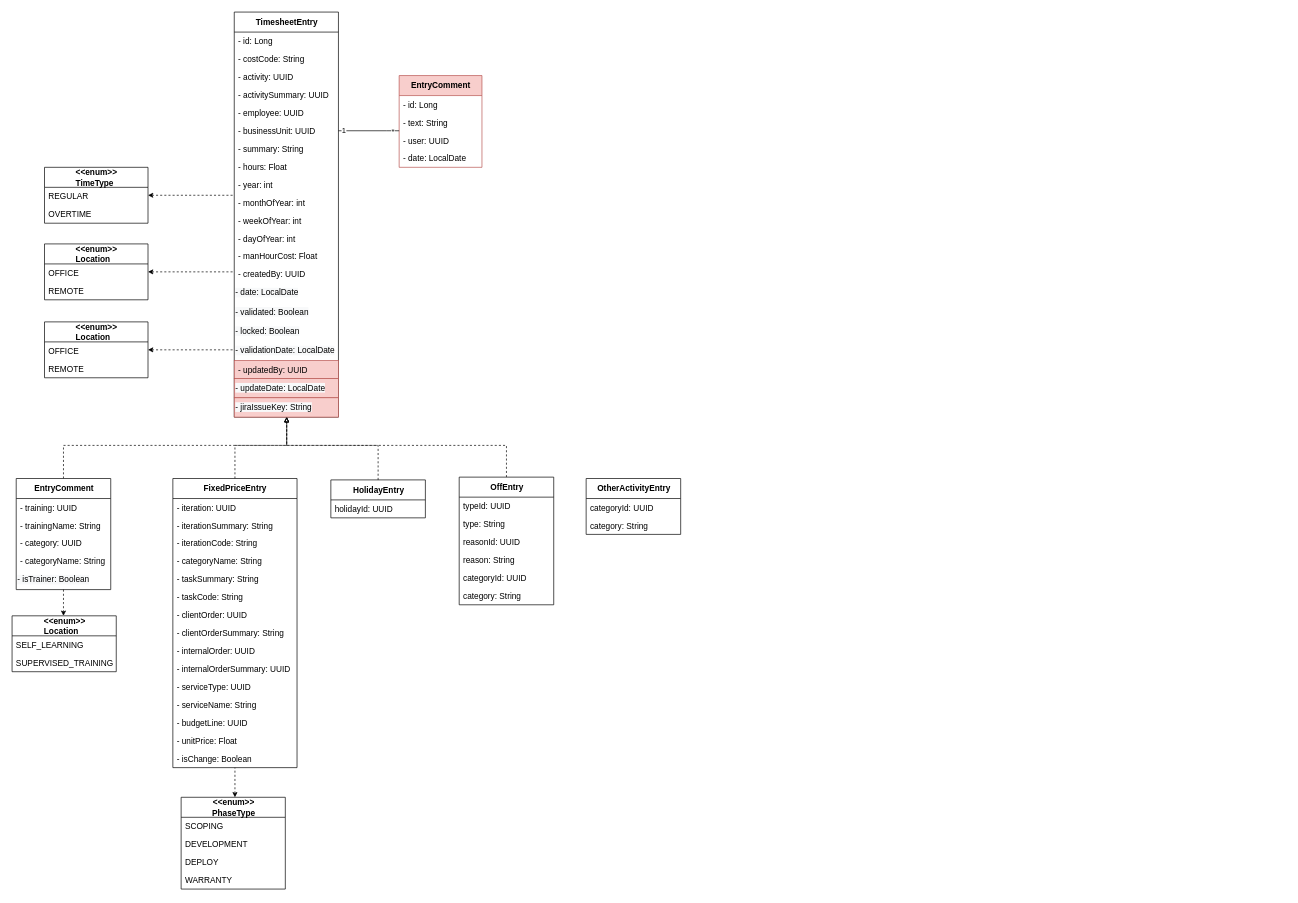
Before: Sprint4/_DiagrammeClasseTimesheet.drawio in ZidiMedAmine/UML, a draw.io diagram. Source tidied: cells renumbered, new cells numbered last; positions are measured from the earlier drawing's top-left corner, leaving out a move shared by most shapes. Both pictures are drawn from the tidied source at 69%, with x=0, y=0 at pixel (12, 12).
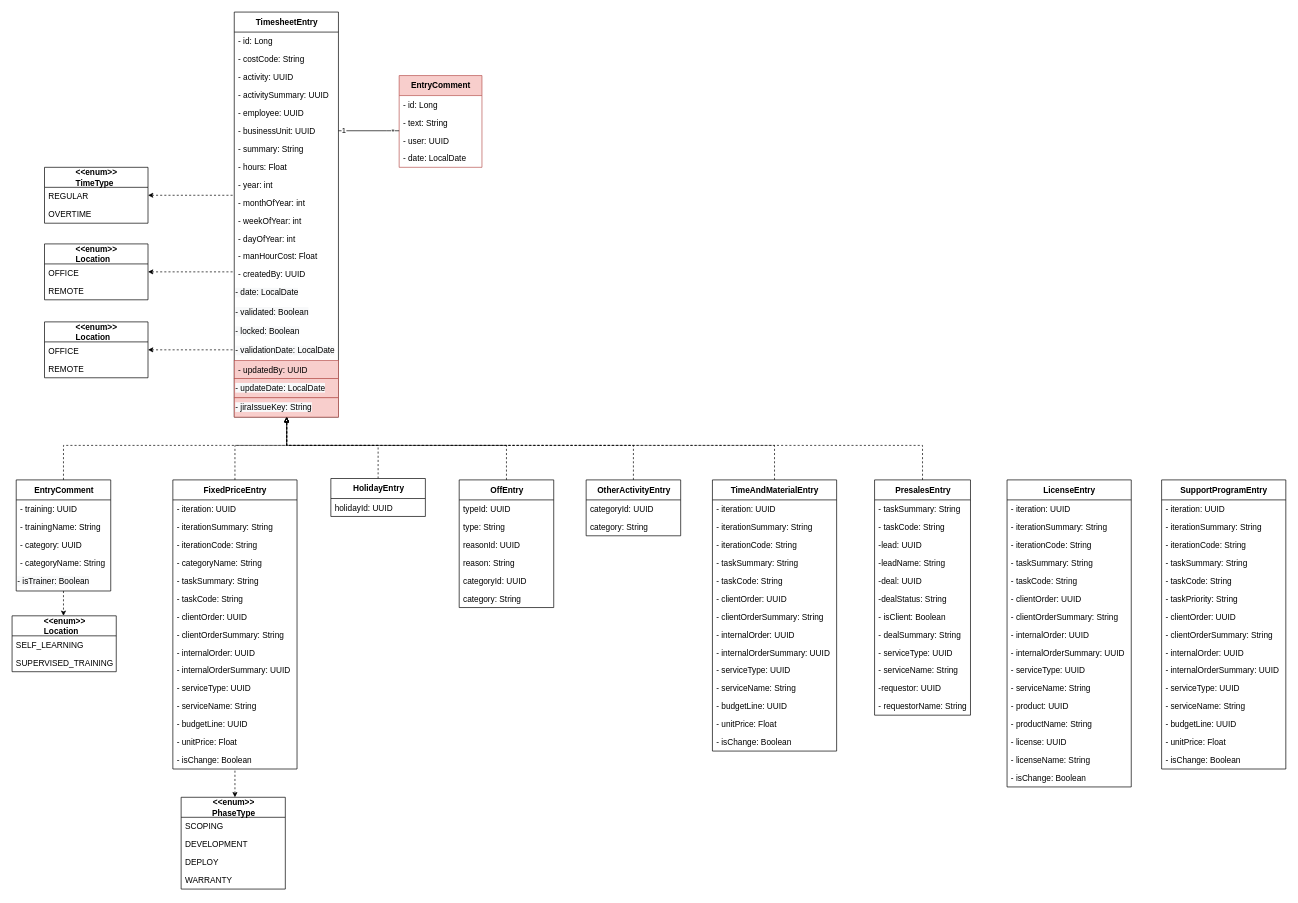
The same page after the edit.

Unchanged cells that the change refers to:
```xml
<mxCell id="2" value="&lt;b&gt;TimesheetEntry&lt;/b&gt;" style="swimlane;fontStyle=0;align=center;verticalAlign=middle;horizontal=1;startSize=29;html=1;fontSize=12;labelPosition=center;verticalLabelPosition=middle;strokeColor=default;swimlaneLine=1;rounded=0;shadow=0;glass=0;sketch=0;perimeterSpacing=0;" parent="1" vertex="1">
  <mxGeometry x="322" width="151" height="587" as="geometry" />
</mxCell>
```

Diff of the diagram source:
```diff
@@
     <mxCell id="45" value="&lt;b&gt;EntryComment&lt;/b&gt;" style="swimlane;fontStyle=0;align=center;verticalAlign=middle;horizontal=1;startSize=29;html=1;fontSize=12;labelPosition=center;verticalLabelPosition=middle;swimlaneLine=1;rounded=0;shadow=0;glass=0;sketch=0;perimeterSpacing=0;" parent="1" vertex="1">
-      <mxGeometry x="6" y="676" width="137" height="161" as="geometry" />
+      <mxGeometry x="6" y="678" width="137" height="161" as="geometry" />
     </mxCell>
@@
     <mxCell id="56" value="&lt;b&gt;FixedPriceEntry&lt;/b&gt;" style="swimlane;fontStyle=0;align=center;verticalAlign=middle;horizontal=1;startSize=29;html=1;fontSize=12;labelPosition=center;verticalLabelPosition=middle;swimlaneLine=1;rounded=0;shadow=0;glass=0;sketch=0;perimeterSpacing=0;" parent="1" vertex="1">
-      <mxGeometry x="233" y="676" width="180" height="419" as="geometry" />
+      <mxGeometry x="233" y="678" width="180" height="419" as="geometry" />
     </mxCell>
@@
     <mxCell id="79" value="&lt;span style=&quot;text-align: left&quot;&gt;&lt;b&gt;HolidayEntry&lt;/b&gt;&lt;/span&gt;" style="swimlane;fontStyle=0;align=center;verticalAlign=middle;horizontal=1;startSize=29;html=1;fontSize=12;labelPosition=center;verticalLabelPosition=middle;swimlaneLine=1;rounded=0;shadow=0;glass=0;sketch=0;perimeterSpacing=0;" parent="1" vertex="1">
-      <mxGeometry x="462" y="678" width="137" height="55" as="geometry" />
+      <mxGeometry x="462" y="676" width="137" height="55" as="geometry" />
     </mxCell>
@@
     <mxCell id="82" value="&lt;div style=&quot;text-align: left&quot;&gt;&lt;span&gt;&lt;b&gt;OffEntry&lt;/b&gt;&lt;/span&gt;&lt;/div&gt;" style="swimlane;fontStyle=0;align=center;verticalAlign=middle;horizontal=1;startSize=29;html=1;fontSize=12;labelPosition=center;verticalLabelPosition=middle;swimlaneLine=1;rounded=0;shadow=0;glass=0;sketch=0;perimeterSpacing=0;" parent="1" vertex="1">
-      <mxGeometry x="648" y="674" width="137" height="185" as="geometry" />
+      <mxGeometry x="648" y="678" width="137" height="185" as="geometry" />
     </mxCell>
@@
+    <mxCell id="92" style="edgeStyle=orthogonalEdgeStyle;rounded=0;jettySize=auto;html=1;dashed=1;endSize=5;startSize=5;endArrow=block;endFill=0;" parent="1" edge="1" source="89" target="2">
+      <mxGeometry relative="1" as="geometry">
+        <Array as="points">
+          <mxPoint x="901" y="628" />
+          <mxPoint x="398" y="628" />
+        </Array>
+      </mxGeometry>
+    </mxCell>
     <mxCell id="89" value="&lt;div style=&quot;text-align: left&quot;&gt;&lt;b&gt;OtherActivityEntry&lt;/b&gt;&lt;br&gt;&lt;/div&gt;" style="swimlane;fontStyle=0;align=center;verticalAlign=middle;horizontal=1;startSize=29;html=1;fontSize=12;labelPosition=center;verticalLabelPosition=middle;swimlaneLine=1;rounded=0;shadow=0;glass=0;sketch=0;perimeterSpacing=0;" parent="1" vertex="1">
-      <mxGeometry x="832" y="676" width="137" height="81" as="geometry" />
+      <mxGeometry x="832" y="678" width="137" height="81" as="geometry" />
     </mxCell>
@@
+    <mxCell id="93" style="edgeStyle=orthogonalEdgeStyle;rounded=0;jettySize=auto;html=1;dashed=1;endArrow=block;endFill=0;startSize=5;endSize=5;" parent="1" edge="1" source="94" target="2">
+      <mxGeometry relative="1" as="geometry">
+        <Array as="points">
+          <mxPoint x="1105" y="628" />
+          <mxPoint x="398" y="628" />
+        </Array>
+      </mxGeometry>
+    </mxCell>
+    <mxCell id="94" value="&lt;b&gt;TimeAndMaterialEntry&lt;/b&gt;" style="swimlane;fontStyle=0;align=center;verticalAlign=middle;horizontal=1;startSize=29;html=1;fontSize=12;labelPosition=center;verticalLabelPosition=middle;swimlaneLine=1;rounded=0;shadow=0;glass=0;sketch=0;perimeterSpacing=0;" parent="1" vertex="1">
+      <mxGeometry x="1015" y="678" width="180" height="393" as="geometry" />
+    </mxCell>
+    <mxCell id="95" value="- iteration: UUID" style="text;strokeColor=none;fillColor=none;align=left;verticalAlign=top;spacingLeft=4;spacingRight=4;overflow=hidden;fontStyle=0;" parent="94" vertex="1">
+      <mxGeometry y="29" width="180" height="26" as="geometry" />
+    </mxCell>
+    <mxCell id="96" value="- iterationSummary: String " style="text;strokeColor=none;fillColor=none;align=left;verticalAlign=top;spacingLeft=4;spacingRight=4;overflow=hidden;fontStyle=0;" parent="94" vertex="1">
+      <mxGeometry y="55" width="180" height="26" as="geometry" />
+    </mxCell>
+    <mxCell id="97" value="- iterationCode: String" style="text;strokeColor=none;fillColor=none;align=left;verticalAlign=top;spacingLeft=4;spacingRight=4;overflow=hidden;fontStyle=0;" parent="94" vertex="1">
+      <mxGeometry y="81" width="180" height="26" as="geometry" />
+    </mxCell>
+    <mxCell id="98" value="- taskSummary: String" style="text;strokeColor=none;fillColor=none;align=left;verticalAlign=top;spacingLeft=4;spacingRight=4;overflow=hidden;fontStyle=0;" parent="94" vertex="1">
+      <mxGeometry y="107" width="180" height="26" as="geometry" />
+    </mxCell>
+    <mxCell id="99" value="- taskCode: String" style="text;strokeColor=none;fillColor=none;align=left;verticalAlign=top;spacingLeft=4;spacingRight=4;overflow=hidden;fontStyle=0;" parent="94" vertex="1">
+      <mxGeometry y="133" width="180" height="26" as="geometry" />
+    </mxCell>
+    <mxCell id="100" value="- clientOrder: UUID" style="text;strokeColor=none;fillColor=none;align=left;verticalAlign=top;spacingLeft=4;spacingRight=4;overflow=hidden;fontStyle=0;" parent="94" vertex="1">
+      <mxGeometry y="159" width="180" height="26" as="geometry" />
+    </mxCell>
+    <mxCell id="101" value="- clientOrderSummary: String" style="text;strokeColor=none;fillColor=none;align=left;verticalAlign=top;spacingLeft=4;spacingRight=4;overflow=hidden;fontStyle=0;" parent="94" vertex="1">
+      <mxGeometry y="185" width="180" height="26" as="geometry" />
+    </mxCell>
+    <mxCell id="102" value="- internalOrder: UUID" style="text;strokeColor=none;fillColor=none;align=left;verticalAlign=top;spacingLeft=4;spacingRight=4;overflow=hidden;fontStyle=0;" parent="94" vertex="1">
+      <mxGeometry y="211" width="180" height="26" as="geometry" />
+    </mxCell>
+    <mxCell id="103" value="- internalOrderSummary: UUID" style="text;strokeColor=none;fillColor=none;align=left;verticalAlign=top;spacingLeft=4;spacingRight=4;overflow=hidden;fontStyle=0;" parent="94" vertex="1">
+      <mxGeometry y="237" width="180" height="26" as="geometry" />
+    </mxCell>
+    <mxCell id="104" value="- serviceType: UUID" style="text;strokeColor=none;fillColor=none;align=left;verticalAlign=top;spacingLeft=4;spacingRight=4;overflow=hidden;fontStyle=0;" parent="94" vertex="1">
+      <mxGeometry y="263" width="180" height="26" as="geometry" />
+    </mxCell>
+    <mxCell id="105" value="- serviceName: String" style="text;strokeColor=none;fillColor=none;align=left;verticalAlign=top;spacingLeft=4;spacingRight=4;overflow=hidden;fontStyle=0;" parent="94" vertex="1">
+      <mxGeometry y="289" width="180" height="26" as="geometry" />
+    </mxCell>
+    <mxCell id="106" value="- budgetLine: UUID" style="text;strokeColor=none;fillColor=none;align=left;verticalAlign=top;spacingLeft=4;spacingRight=4;overflow=hidden;fontStyle=0;" parent="94" vertex="1">
+      <mxGeometry y="315" width="180" height="26" as="geometry" />
+    </mxCell>
+    <mxCell id="107" value="- unitPrice: Float" style="text;strokeColor=none;fillColor=none;align=left;verticalAlign=top;spacingLeft=4;spacingRight=4;overflow=hidden;fontStyle=0;" parent="94" vertex="1">
+      <mxGeometry y="341" width="180" height="26" as="geometry" />
+    </mxCell>
+    <mxCell id="108" value="- isChange: Boolean" style="text;strokeColor=none;fillColor=none;align=left;verticalAlign=top;spacingLeft=4;spacingRight=4;overflow=hidden;fontStyle=0;" parent="94" vertex="1">
+      <mxGeometry y="367" width="180" height="26" as="geometry" />
+    </mxCell>
+    <mxCell id="109" style="edgeStyle=orthogonalEdgeStyle;rounded=0;jettySize=auto;html=1;dashed=1;endArrow=block;endFill=0;startSize=5;endSize=5;" parent="1" edge="1" source="110" target="2">
+      <mxGeometry relative="1" as="geometry">
+        <Array as="points">
+          <mxPoint x="1320" y="628" />
+          <mxPoint x="398" y="628" />
+        </Array>
+      </mxGeometry>
+    </mxCell>
+    <mxCell id="110" value="&lt;div style=&quot;text-align: left&quot;&gt;&lt;b&gt;PresalesEntry&lt;/b&gt;&lt;br&gt;&lt;/div&gt;" style="swimlane;fontStyle=0;align=center;verticalAlign=middle;horizontal=1;startSize=29;html=1;fontSize=12;labelPosition=center;verticalLabelPosition=middle;swimlaneLine=1;rounded=0;shadow=0;glass=0;sketch=0;perimeterSpacing=0;" parent="1" vertex="1">
+      <mxGeometry x="1250" y="678" width="139" height="341" as="geometry" />
+    </mxCell>
+    <mxCell id="111" value="- taskSummary: String" style="text;strokeColor=none;fillColor=none;align=left;verticalAlign=top;spacingLeft=4;spacingRight=4;overflow=hidden;fontStyle=0;" parent="110" vertex="1">
+      <mxGeometry y="29" width="139" height="26" as="geometry" />
+    </mxCell>
+    <mxCell id="112" value="- taskCode: String" style="text;strokeColor=none;fillColor=none;align=left;verticalAlign=top;spacingLeft=4;spacingRight=4;overflow=hidden;fontStyle=0;" parent="110" vertex="1">
+      <mxGeometry y="55" width="139" height="26" as="geometry" />
+    </mxCell>
+    <mxCell id="113" value="-lead: UUID" style="text;strokeColor=none;fillColor=none;align=left;verticalAlign=top;spacingLeft=4;spacingRight=4;overflow=hidden;fontStyle=0;" parent="110" vertex="1">
+      <mxGeometry y="81" width="139" height="26" as="geometry" />
+    </mxCell>
+    <mxCell id="114" value="-leadName: String" style="text;strokeColor=none;fillColor=none;align=left;verticalAlign=top;spacingLeft=4;spacingRight=4;overflow=hidden;fontStyle=0;" parent="110" vertex="1">
+      <mxGeometry y="107" width="139" height="26" as="geometry" />
+    </mxCell>
+    <mxCell id="115" value="-deal: UUID" style="text;strokeColor=none;fillColor=none;align=left;verticalAlign=top;spacingLeft=4;spacingRight=4;overflow=hidden;fontStyle=0;" parent="110" vertex="1">
+      <mxGeometry y="133" width="139" height="26" as="geometry" />
+    </mxCell>
+    <mxCell id="116" value="-dealStatus: String" style="text;strokeColor=none;fillColor=none;align=left;verticalAlign=top;spacingLeft=4;spacingRight=4;overflow=hidden;fontStyle=0;" parent="110" vertex="1">
+      <mxGeometry y="159" width="139" height="26" as="geometry" />
+    </mxCell>
+    <mxCell id="117" value="- isClient: Boolean" style="text;strokeColor=none;fillColor=none;align=left;verticalAlign=top;spacingLeft=4;spacingRight=4;overflow=hidden;fontStyle=0;" parent="110" vertex="1">
+      <mxGeometry y="185" width="139" height="26" as="geometry" />
+    </mxCell>
+    <mxCell id="118" value="- dealSummary: String" style="text;strokeColor=none;fillColor=none;align=left;verticalAlign=top;spacingLeft=4;spacingRight=4;overflow=hidden;fontStyle=0;" parent="110" vertex="1">
+      <mxGeometry y="211" width="139" height="26" as="geometry" />
+    </mxCell>
+    <mxCell id="119" value="- serviceType: UUID" style="text;strokeColor=none;fillColor=none;align=left;verticalAlign=top;spacingLeft=4;spacingRight=4;overflow=hidden;fontStyle=0;" parent="110" vertex="1">
+      <mxGeometry y="237" width="139" height="26" as="geometry" />
+    </mxCell>
+    <mxCell id="120" value="- serviceName: String" style="text;strokeColor=none;fillColor=none;align=left;verticalAlign=top;spacingLeft=4;spacingRight=4;overflow=hidden;fontStyle=0;" parent="110" vertex="1">
+      <mxGeometry y="263" width="139" height="26" as="geometry" />
+    </mxCell>
+    <mxCell id="121" value="-requestor: UUID" style="text;strokeColor=none;fillColor=none;align=left;verticalAlign=top;spacingLeft=4;spacingRight=4;overflow=hidden;fontStyle=0;" parent="110" vertex="1">
+      <mxGeometry y="289" width="139" height="26" as="geometry" />
+    </mxCell>
+    <mxCell id="122" value="- requestorName: String" style="text;strokeColor=none;fillColor=none;align=left;verticalAlign=top;spacingLeft=4;spacingRight=4;overflow=hidden;fontStyle=0;" parent="110" vertex="1">
+      <mxGeometry y="315" width="139" height="26" as="geometry" />
+    </mxCell>
+    <mxCell id="123" value="&lt;b&gt;LicenseEntry&lt;/b&gt;" style="swimlane;fontStyle=0;align=center;verticalAlign=middle;horizontal=1;startSize=29;html=1;fontSize=12;labelPosition=center;verticalLabelPosition=middle;swimlaneLine=1;rounded=0;shadow=0;glass=0;sketch=0;perimeterSpacing=0;" parent="1" vertex="1">
+      <mxGeometry x="1442" y="678" width="180" height="445" as="geometry" />
+    </mxCell>
+    <mxCell id="124" value="- iteration: UUID" style="text;strokeColor=none;fillColor=none;align=left;verticalAlign=top;spacingLeft=4;spacingRight=4;overflow=hidden;fontStyle=0;" parent="123" vertex="1">
+      <mxGeometry y="29" width="180" height="26" as="geometry" />
+    </mxCell>
+    <mxCell id="125" value="- iterationSummary: String " style="text;strokeColor=none;fillColor=none;align=left;verticalAlign=top;spacingLeft=4;spacingRight=4;overflow=hidden;fontStyle=0;" parent="123" vertex="1">
+      <mxGeometry y="55" width="180" height="26" as="geometry" />
+    </mxCell>
+    <mxCell id="126" value="- iterationCode: String" style="text;strokeColor=none;fillColor=none;align=left;verticalAlign=top;spacingLeft=4;spacingRight=4;overflow=hidden;fontStyle=0;" parent="123" vertex="1">
+      <mxGeometry y="81" width="180" height="26" as="geometry" />
+    </mxCell>
+    <mxCell id="127" value="- taskSummary: String" style="text;strokeColor=none;fillColor=none;align=left;verticalAlign=top;spacingLeft=4;spacingRight=4;overflow=hidden;fontStyle=0;" parent="123" vertex="1">
+      <mxGeometry y="107" width="180" height="26" as="geometry" />
+    </mxCell>
+    <mxCell id="128" value="- taskCode: String" style="text;strokeColor=none;fillColor=none;align=left;verticalAlign=top;spacingLeft=4;spacingRight=4;overflow=hidden;fontStyle=0;" parent="123" vertex="1">
+      <mxGeometry y="133" width="180" height="26" as="geometry" />
+    </mxCell>
+    <mxCell id="129" value="- clientOrder: UUID" style="text;strokeColor=none;fillColor=none;align=left;verticalAlign=top;spacingLeft=4;spacingRight=4;overflow=hidden;fontStyle=0;" parent="123" vertex="1">
+      <mxGeometry y="159" width="180" height="26" as="geometry" />
+    </mxCell>
+    <mxCell id="130" value="- clientOrderSummary: String" style="text;strokeColor=none;fillColor=none;align=left;verticalAlign=top;spacingLeft=4;spacingRight=4;overflow=hidden;fontStyle=0;" parent="123" vertex="1">
+      <mxGeometry y="185" width="180" height="26" as="geometry" />
+    </mxCell>
+    <mxCell id="131" value="- internalOrder: UUID" style="text;strokeColor=none;fillColor=none;align=left;verticalAlign=top;spacingLeft=4;spacingRight=4;overflow=hidden;fontStyle=0;" parent="123" vertex="1">
+      <mxGeometry y="211" width="180" height="26" as="geometry" />
+    </mxCell>
+    <mxCell id="132" value="- internalOrderSummary: UUID" style="text;strokeColor=none;fillColor=none;align=left;verticalAlign=top;spacingLeft=4;spacingRight=4;overflow=hidden;fontStyle=0;" parent="123" vertex="1">
+      <mxGeometry y="237" width="180" height="26" as="geometry" />
+    </mxCell>
+    <mxCell id="133" value="- serviceType: UUID" style="text;strokeColor=none;fillColor=none;align=left;verticalAlign=top;spacingLeft=4;spacingRight=4;overflow=hidden;fontStyle=0;" parent="123" vertex="1">
+      <mxGeometry y="263" width="180" height="26" as="geometry" />
+    </mxCell>
+    <mxCell id="134" value="- serviceName: String" style="text;strokeColor=none;fillColor=none;align=left;verticalAlign=top;spacingLeft=4;spacingRight=4;overflow=hidden;fontStyle=0;" parent="123" vertex="1">
+      <mxGeometry y="289" width="180" height="26" as="geometry" />
+    </mxCell>
+    <mxCell id="135" value="- product: UUID" style="text;strokeColor=none;fillColor=none;align=left;verticalAlign=top;spacingLeft=4;spacingRight=4;overflow=hidden;fontStyle=0;" parent="123" vertex="1">
+      <mxGeometry y="315" width="180" height="26" as="geometry" />
+    </mxCell>
+    <mxCell id="136" value="- productName: String" style="text;strokeColor=none;fillColor=none;align=left;verticalAlign=top;spacingLeft=4;spacingRight=4;overflow=hidden;fontStyle=0;" parent="123" vertex="1">
+      <mxGeometry y="341" width="180" height="26" as="geometry" />
+    </mxCell>
+    <mxCell id="137" value="- license: UUID" style="text;strokeColor=none;fillColor=none;align=left;verticalAlign=top;spacingLeft=4;spacingRight=4;overflow=hidden;fontStyle=0;" parent="123" vertex="1">
+      <mxGeometry y="367" width="180" height="26" as="geometry" />
+    </mxCell>
+    <mxCell id="138" value="- licenseName: String" style="text;strokeColor=none;fillColor=none;align=left;verticalAlign=top;spacingLeft=4;spacingRight=4;overflow=hidden;fontStyle=0;" parent="123" vertex="1">
+      <mxGeometry y="393" width="180" height="26" as="geometry" />
+    </mxCell>
+    <mxCell id="139" value="- isChange: Boolean" style="text;strokeColor=none;fillColor=none;align=left;verticalAlign=top;spacingLeft=4;spacingRight=4;overflow=hidden;fontStyle=0;" parent="123" vertex="1">
+      <mxGeometry y="419" width="180" height="26" as="geometry" />
+    </mxCell>
+    <mxCell id="140" value="&lt;b&gt;SupportProgramEntry&lt;/b&gt;" style="swimlane;fontStyle=0;align=center;verticalAlign=middle;horizontal=1;startSize=29;html=1;fontSize=12;labelPosition=center;verticalLabelPosition=middle;swimlaneLine=1;rounded=0;shadow=0;glass=0;sketch=0;perimeterSpacing=0;" parent="1" vertex="1">
+      <mxGeometry x="1666" y="678" width="180" height="419" as="geometry" />
+    </mxCell>
+    <mxCell id="141" value="- iteration: UUID" style="text;strokeColor=none;fillColor=none;align=left;verticalAlign=top;spacingLeft=4;spacingRight=4;overflow=hidden;fontStyle=0;" parent="140" vertex="1">
+      <mxGeometry y="29" width="180" height="26" as="geometry" />
+    </mxCell>
+    <mxCell id="142" value="- iterationSummary: String " style="text;strokeColor=none;fillColor=none;align=left;verticalAlign=top;spacingLeft=4;spacingRight=4;overflow=hidden;fontStyle=0;" parent="140" vertex="1">
+      <mxGeometry y="55" width="180" height="26" as="geometry" />
+    </mxCell>
+    <mxCell id="143" value="- iterationCode: String" style="text;strokeColor=none;fillColor=none;align=left;verticalAlign=top;spacingLeft=4;spacingRight=4;overflow=hidden;fontStyle=0;" parent="140" vertex="1">
+      <mxGeometry y="81" width="180" height="26" as="geometry" />
+    </mxCell>
+    <mxCell id="144" value="- taskSummary: String" style="text;strokeColor=none;fillColor=none;align=left;verticalAlign=top;spacingLeft=4;spacingRight=4;overflow=hidden;fontStyle=0;" parent="140" vertex="1">
+      <mxGeometry y="107" width="180" height="26" as="geometry" />
+    </mxCell>
+    <mxCell id="145" value="- taskCode: String" style="text;strokeColor=none;fillColor=none;align=left;verticalAlign=top;spacingLeft=4;spacingRight=4;overflow=hidden;fontStyle=0;" parent="140" vertex="1">
+      <mxGeometry y="133" width="180" height="26" as="geometry" />
+    </mxCell>
+    <mxCell id="146" value="- taskPriority: String" style="text;strokeColor=none;fillColor=none;align=left;verticalAlign=top;spacingLeft=4;spacingRight=4;overflow=hidden;fontStyle=0;" parent="140" vertex="1">
+      <mxGeometry y="159" width="180" height="26" as="geometry" />
+    </mxCell>
+    <mxCell id="147" value="- clientOrder: UUID" style="text;strokeColor=none;fillColor=none;align=left;verticalAlign=top;spacingLeft=4;spacingRight=4;overflow=hidden;fontStyle=0;" parent="140" vertex="1">
+      <mxGeometry y="185" width="180" height="26" as="geometry" />
+    </mxCell>
+    <mxCell id="148" value="- clientOrderSummary: String" style="text;strokeColor=none;fillColor=none;align=left;verticalAlign=top;spacingLeft=4;spacingRight=4;overflow=hidden;fontStyle=0;" parent="140" vertex="1">
+      <mxGeometry y="211" width="180" height="26" as="geometry" />
+    </mxCell>
+    <mxCell id="149" value="- internalOrder: UUID" style="text;strokeColor=none;fillColor=none;align=left;verticalAlign=top;spacingLeft=4;spacingRight=4;overflow=hidden;fontStyle=0;" parent="140" vertex="1">
+      <mxGeometry y="237" width="180" height="26" as="geometry" />
+    </mxCell>
+    <mxCell id="150" value="- internalOrderSummary: UUID" style="text;strokeColor=none;fillColor=none;align=left;verticalAlign=top;spacingLeft=4;spacingRight=4;overflow=hidden;fontStyle=0;" parent="140" vertex="1">
+      <mxGeometry y="263" width="180" height="26" as="geometry" />
+    </mxCell>
+    <mxCell id="151" value="- serviceType: UUID" style="text;strokeColor=none;fillColor=none;align=left;verticalAlign=top;spacingLeft=4;spacingRight=4;overflow=hidden;fontStyle=0;" parent="140" vertex="1">
+      <mxGeometry y="289" width="180" height="26" as="geometry" />
+    </mxCell>
+    <mxCell id="152" value="- serviceName: String" style="text;strokeColor=none;fillColor=none;align=left;verticalAlign=top;spacingLeft=4;spacingRight=4;overflow=hidden;fontStyle=0;" parent="140" vertex="1">
+      <mxGeometry y="315" width="180" height="26" as="geometry" />
+    </mxCell>
+    <mxCell id="153" value="- budgetLine: UUID" style="text;strokeColor=none;fillColor=none;align=left;verticalAlign=top;spacingLeft=4;spacingRight=4;overflow=hidden;fontStyle=0;" parent="140" vertex="1">
+      <mxGeometry y="341" width="180" height="26" as="geometry" />
+    </mxCell>
+    <mxCell id="154" value="- unitPrice: Float" style="text;strokeColor=none;fillColor=none;align=left;verticalAlign=top;spacingLeft=4;spacingRight=4;overflow=hidden;fontStyle=0;" parent="140" vertex="1">
+      <mxGeometry y="367" width="180" height="26" as="geometry" />
+    </mxCell>
+    <mxCell id="155" value="- isChange: Boolean" style="text;strokeColor=none;fillColor=none;align=left;verticalAlign=top;spacingLeft=4;spacingRight=4;overflow=hidden;fontStyle=0;" parent="140" vertex="1">
+      <mxGeometry y="393" width="180" height="26" as="geometry" />
+    </mxCell>
```
